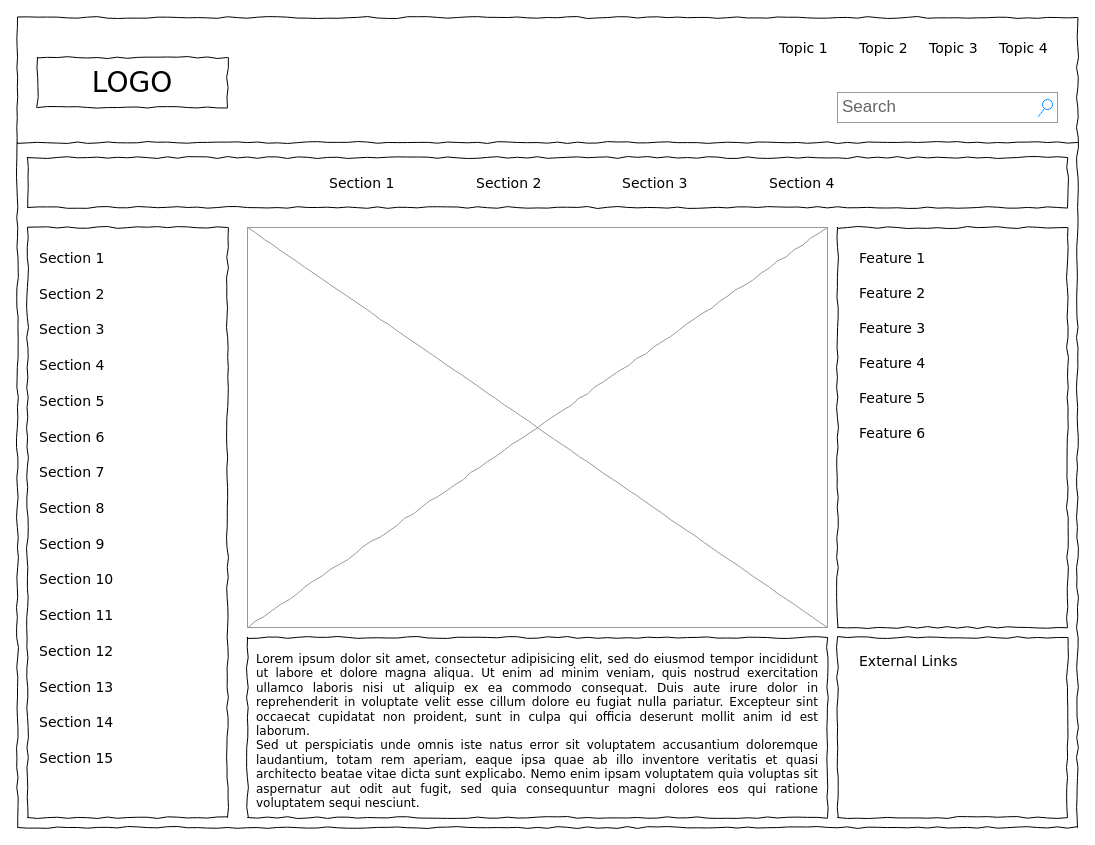
The draw.io diagram Untitled Diagram.drawio in firelake2021/pizza, before the edit. Source tidied: cells renumbered, new cells numbered last; positions are measured from the earlier drawing's top-left corner, leaving out a move shared by most shapes. Both pictures are drawn from the tidied source at 100%, with x=0, y=0 at pixel (17, 17).
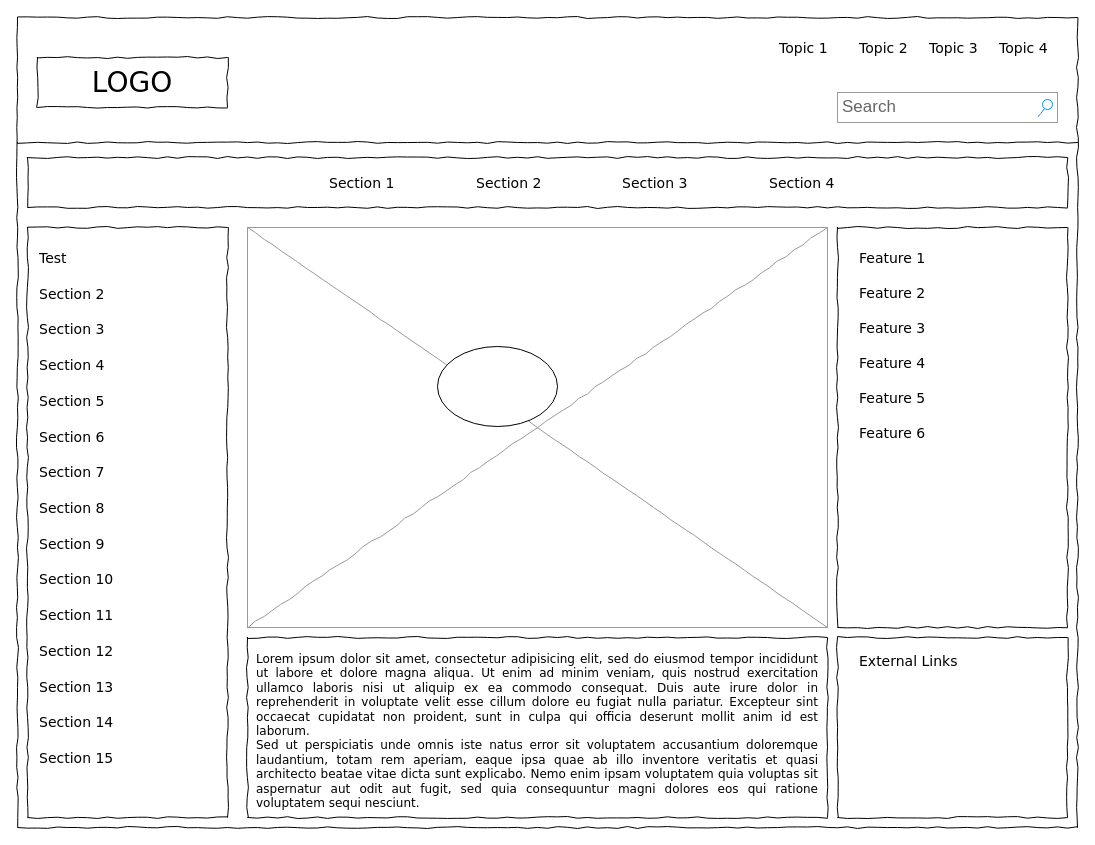
The same diagram, later.

The edit, as a diff of the source:
```diff
@@
-    <mxCell id="20" value="Section 1" style="text;html=1;align=left;verticalAlign=top;spacingTop=-4;fontSize=14;fontFamily=Verdana;" parent="1" vertex="1">
+    <mxCell id="20" value="Test" style="text;html=1;align=left;verticalAlign=top;spacingTop=-4;fontSize=14;fontFamily=Verdana;" parent="1" vertex="1">
       <mxGeometry x="20" y="230" width="170" height="20" as="geometry" />
     </mxCell>
@@
+    <mxCell id="42" style="ellipse;whiteSpace=wrap;html=1;" parent="1" vertex="1">
+      <mxGeometry x="420" y="329" width="120" height="80" as="geometry" />
+    </mxCell>
```
